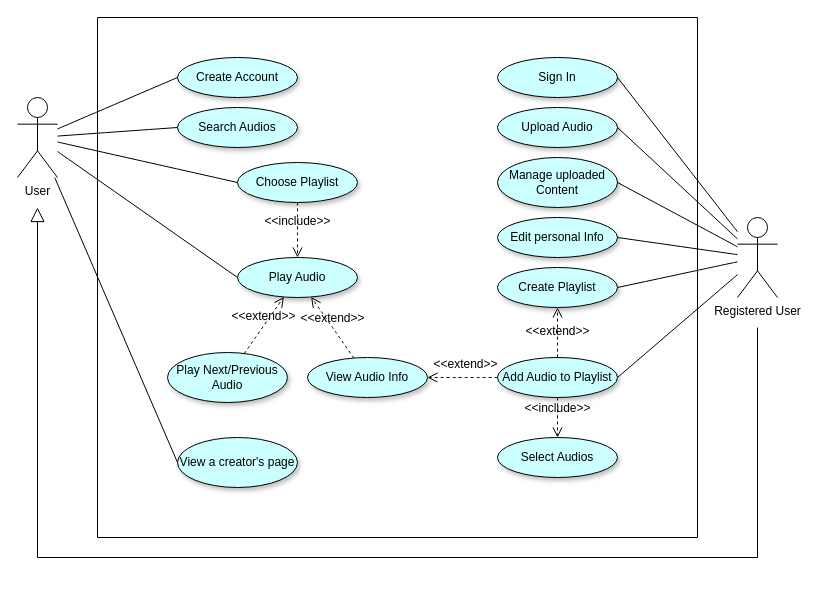
This is Diagrams/use-case.drawio from WardZid/AudioWave, a draw.io file, before an edit. Source tidied: cells renumbered, new cells numbered last; positions are measured from the earlier drawing's top-left corner, leaving out a move shared by most shapes. Both pictures are drawn from the tidied source at 100%, with x=0, y=0 at pixel (17, 17).
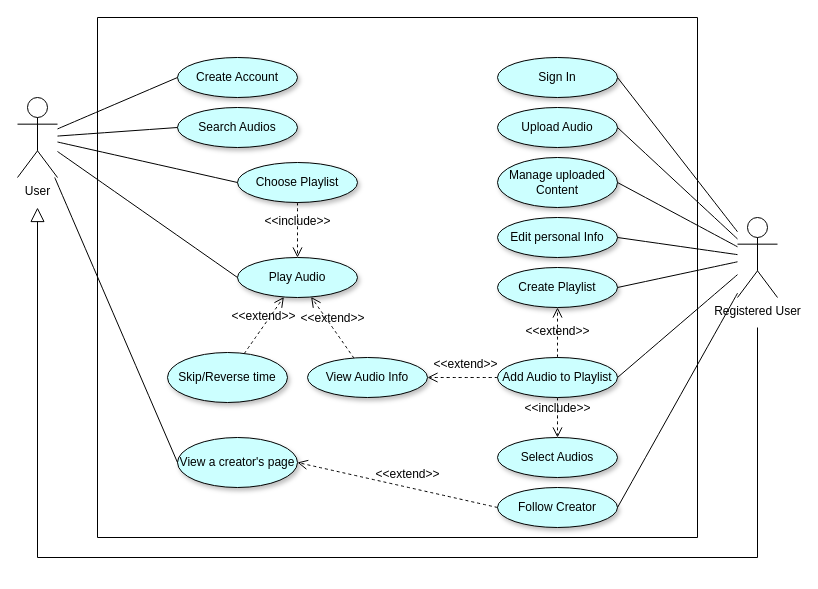
After the change.

The change refers to these unchanged cells:
```xml
<mxCell id="2" style="swimlane;startSize=0;fillStyle=auto;shadow=0;" parent="1" vertex="1">
  <mxGeometry x="80" width="600" height="520" as="geometry" />
</mxCell>
<mxCell id="9" value="View a creator's page" style="ellipse;whiteSpace=wrap;html=1;shadow=1;fillColor=#CCFFFF;" parent="2" vertex="1">
  <mxGeometry x="80" y="420" width="120" height="50" as="geometry" />
</mxCell>
<mxCell id="31" value="Registered User" style="shape=umlActor;verticalLabelPosition=bottom;verticalAlign=top;html=1;outlineConnect=0;" parent="1" vertex="1">
  <mxGeometry x="720" y="200" width="40" height="80" as="geometry" />
</mxCell>
```

What changed in the source:
```diff
@@
-    <mxCell id="18" value="Play Next/Previous Audio" style="ellipse;whiteSpace=wrap;html=1;shadow=1;fillColor=#CCFFFF;" parent="2" vertex="1">
+    <mxCell id="18" value="Skip/Reverse time" style="ellipse;whiteSpace=wrap;html=1;shadow=1;fillColor=#CCFFFF;" parent="2" vertex="1">
       <mxGeometry x="70" y="335" width="120" height="50" as="geometry" />
     </mxCell>
@@
+    <mxCell id="37" value="Follow Creator" style="ellipse;whiteSpace=wrap;html=1;shadow=1;fillColor=#CCFFFF;" parent="2" vertex="1">
+      <mxGeometry x="400" y="470" width="120" height="40" as="geometry" />
+    </mxCell>
+    <mxCell id="38" value="&amp;lt;&amp;lt;extend&amp;gt;&amp;gt;" style="html=1;verticalAlign=bottom;labelBackgroundColor=none;endArrow=open;endFill=0;dashed=1;rounded=0;fontSize=12;startSize=8;endSize=8;curved=1;exitX=0;exitY=0.5;exitDx=0;exitDy=0;entryX=1;entryY=0.5;entryDx=0;entryDy=0;" parent="2" edge="1" source="37" target="9">
+      <mxGeometry x="-0.09" y="-4" relative="1" as="geometry" />
+    </mxCell>
@@
+    <mxCell id="39" style="edgeStyle=none;curved=1;rounded=0;jettySize=auto;html=1;entryX=1;entryY=0.5;entryDx=0;entryDy=0;fontSize=12;startSize=8;endSize=8;endArrow=none;endFill=0;" parent="1" edge="1" source="31" target="37">
+      <mxGeometry relative="1" as="geometry" />
+    </mxCell>
```
